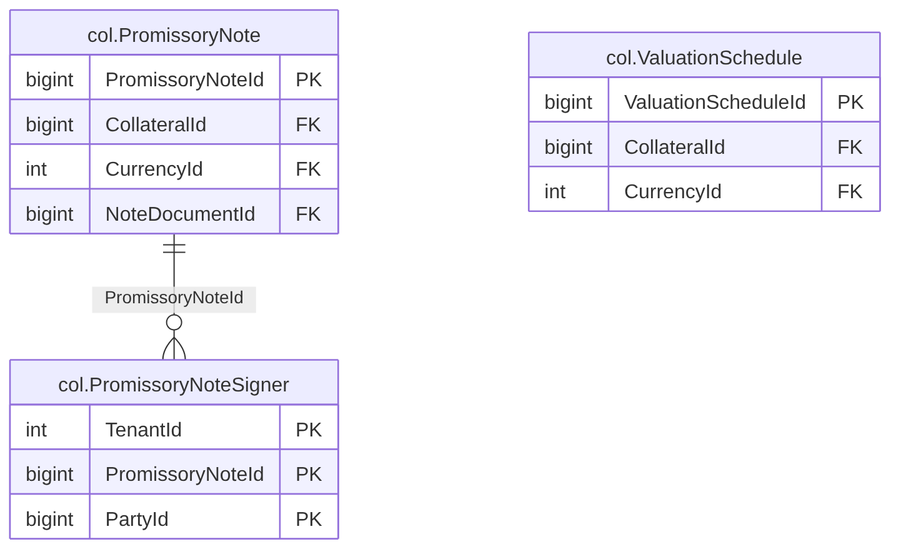
This is treasury-platform/docs/diagrams/erd/m5_collateral_2.png from thawrasy/smartlines, a Mermaid export, as it was before one commit. Its source is kept beside it as treasury-platform/docs/diagrams/erd/m5_collateral_2.mmd.
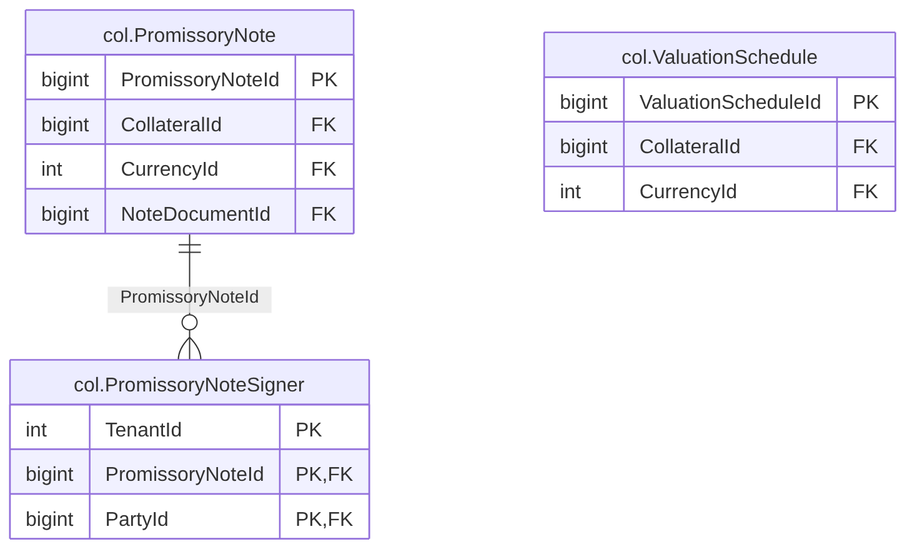
The same diagram one commit later.

Change to the diagram source:
```diff
@@ -7,8 +7,8 @@
   }
   col_PromissoryNoteSigner["col.PromissoryNoteSigner"] {
     int TenantId PK
-    bigint PromissoryNoteId PK
-    bigint PartyId PK
+    bigint PromissoryNoteId PK, FK
+    bigint PartyId PK, FK
   }
   col_ValuationSchedule["col.ValuationSchedule"] {
     bigint ValuationScheduleId PK
```
